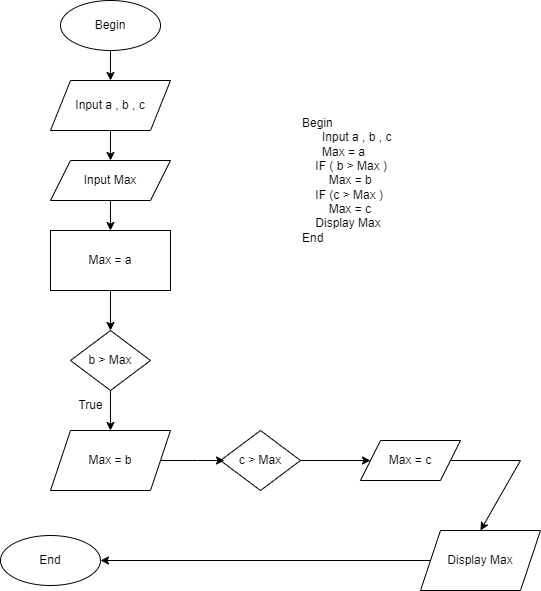
This is ss4_MoTaThuatToanBangPseudoCode&Flowchart/BaiTap/TimSoLonNhatTrongBaSo.png from NguyenDung2211-nd/CO924G1-NguyenDung, a draw.io export, as it was before one commit. Source tidied: cells renumbered, new cells last; positions are measured from the earlier drawing's top-left corner, leaving out a move shared by most shapes. The source it was exported from:
```xml
<mxGraphModel>
  <root>
    <mxCell id="0" />
    <mxCell id="1" parent="0" />
    <mxCell id="2" style="edgeStyle=orthogonalEdgeStyle;rounded=0;jettySize=auto;html=1;exitX=0.5;exitY=1;exitDx=0;exitDy=0;entryX=0.5;entryY=0;entryDx=0;entryDy=0;" parent="1" edge="1" source="3" target="5">
      <mxGeometry relative="1" as="geometry" />
    </mxCell>
    <mxCell id="3" value="Begin" style="ellipse;whiteSpace=wrap;html=1;" parent="1" vertex="1">
      <mxGeometry x="60" width="100" height="50" as="geometry" />
    </mxCell>
    <mxCell id="4" style="edgeStyle=orthogonalEdgeStyle;rounded=0;jettySize=auto;html=1;exitX=0.5;exitY=1;exitDx=0;exitDy=0;entryX=0.5;entryY=0;entryDx=0;entryDy=0;" parent="1" edge="1" source="5" target="20">
      <mxGeometry relative="1" as="geometry" />
    </mxCell>
    <mxCell id="5" value="Input a , b , c" style="shape=parallelogram;perimeter=parallelogramPerimeter;whiteSpace=wrap;html=1;fixedSize=1;" parent="1" vertex="1">
      <mxGeometry x="50" y="80" width="120" height="50" as="geometry" />
    </mxCell>
    <mxCell id="6" style="edgeStyle=orthogonalEdgeStyle;rounded=0;jettySize=auto;html=1;exitX=0.5;exitY=1;exitDx=0;exitDy=0;entryX=0.5;entryY=0;entryDx=0;entryDy=0;" parent="1" edge="1" source="7" target="9">
      <mxGeometry relative="1" as="geometry" />
    </mxCell>
    <mxCell id="7" value="Max = a" style="rounded=0;whiteSpace=wrap;html=1;" parent="1" vertex="1">
      <mxGeometry x="50" y="230" width="120" height="60" as="geometry" />
    </mxCell>
    <mxCell id="8" style="edgeStyle=orthogonalEdgeStyle;rounded=0;jettySize=auto;html=1;exitX=0.5;exitY=1;exitDx=0;exitDy=0;entryX=0.5;entryY=0;entryDx=0;entryDy=0;" parent="1" edge="1" source="9" target="13">
      <mxGeometry relative="1" as="geometry" />
    </mxCell>
    <mxCell id="9" value="b &amp;gt; Max" style="rhombus;whiteSpace=wrap;html=1;" parent="1" vertex="1">
      <mxGeometry x="70" y="330" width="80" height="60" as="geometry" />
    </mxCell>
    <mxCell id="10" style="edgeStyle=orthogonalEdgeStyle;rounded=0;jettySize=auto;html=1;" parent="1" edge="1" source="11" target="22">
      <mxGeometry relative="1" as="geometry" />
    </mxCell>
    <mxCell id="11" value="c &amp;gt; Max" style="rhombus;whiteSpace=wrap;html=1;" parent="1" vertex="1">
      <mxGeometry x="220" y="430" width="80" height="60" as="geometry" />
    </mxCell>
    <mxCell id="12" style="edgeStyle=orthogonalEdgeStyle;rounded=0;jettySize=auto;html=1;" parent="1" edge="1" source="13">
      <mxGeometry relative="1" as="geometry">
        <mxPoint x="224" y="460" as="targetPoint" />
      </mxGeometry>
    </mxCell>
    <mxCell id="13" value="Max = b" style="shape=parallelogram;perimeter=parallelogramPerimeter;whiteSpace=wrap;html=1;fixedSize=1;" parent="1" vertex="1">
      <mxGeometry x="50" y="430" width="120" height="60" as="geometry" />
    </mxCell>
    <mxCell id="14" style="edgeStyle=orthogonalEdgeStyle;rounded=0;jettySize=auto;html=1;exitX=0;exitY=0.5;exitDx=0;exitDy=0;entryX=1;entryY=0.5;entryDx=0;entryDy=0;" parent="1" edge="1" source="15" target="16">
      <mxGeometry relative="1" as="geometry" />
    </mxCell>
    <mxCell id="15" value="Display Max" style="shape=parallelogram;perimeter=parallelogramPerimeter;whiteSpace=wrap;html=1;fixedSize=1;" parent="1" vertex="1">
      <mxGeometry x="420" y="530" width="120" height="60" as="geometry" />
    </mxCell>
    <mxCell id="16" value="End" style="ellipse;whiteSpace=wrap;html=1;" parent="1" vertex="1">
      <mxGeometry y="535" width="100" height="50" as="geometry" />
    </mxCell>
    <mxCell id="17" style="endArrow=classic;html=1;rounded=0;entryX=0.5;entryY=0;entryDx=0;entryDy=0;exitX=1;exitY=0.5;exitDx=0;exitDy=0;" parent="1" edge="1" source="22" target="15">
      <mxGeometry relative="1" as="geometry">
        <Array as="points">
          <mxPoint x="520" y="460" />
        </Array>
      </mxGeometry>
    </mxCell>
    <mxCell id="18" value="True" style="text;html=1;align=center;verticalAlign=middle;strokeColor=none;fillColor=none;" parent="1" vertex="1">
      <mxGeometry x="65" y="390" width="50" height="30" as="geometry" />
    </mxCell>
    <mxCell id="19" style="edgeStyle=orthogonalEdgeStyle;rounded=0;jettySize=auto;html=1;exitX=0.5;exitY=1;exitDx=0;exitDy=0;entryX=0.5;entryY=0;entryDx=0;entryDy=0;" parent="1" edge="1" source="20" target="7">
      <mxGeometry relative="1" as="geometry" />
    </mxCell>
    <mxCell id="20" value="Input Max" style="shape=parallelogram;perimeter=parallelogramPerimeter;whiteSpace=wrap;html=1;fixedSize=1;" parent="1" vertex="1">
      <mxGeometry x="50" y="160" width="120" height="40" as="geometry" />
    </mxCell>
    <mxCell id="21" value="Begin&lt;div&gt;&amp;nbsp; &amp;nbsp; &amp;nbsp; Input a , b , c&lt;/div&gt;&lt;div&gt;&amp;nbsp; &amp;nbsp; &amp;nbsp; Max = a&lt;/div&gt;&lt;div&gt;&amp;nbsp; &amp;nbsp; IF ( b &amp;gt; Max )&lt;/div&gt;&lt;div&gt;&amp;nbsp; &amp;nbsp; &amp;nbsp; &amp;nbsp; Max = b&lt;/div&gt;&lt;div&gt;&amp;nbsp; &amp;nbsp; IF (c &amp;gt; Max )&lt;/div&gt;&lt;div&gt;&amp;nbsp; &amp;nbsp; &amp;nbsp; &amp;nbsp; Max = c&lt;/div&gt;&lt;div&gt;&amp;nbsp; &amp;nbsp; Display Max&lt;/div&gt;&lt;div&gt;End&lt;/div&gt;" style="text;html=1;align=left;verticalAlign=middle;strokeColor=none;fillColor=none;" parent="1" vertex="1">
      <mxGeometry x="300" y="110" width="110" height="140" as="geometry" />
    </mxCell>
    <mxCell id="22" value="Max = c" style="shape=parallelogram;perimeter=parallelogramPerimeter;whiteSpace=wrap;html=1;fixedSize=1;" parent="1" vertex="1">
      <mxGeometry x="360" y="440" width="100" height="40" as="geometry" />
    </mxCell>
  </root>
</mxGraphModel>
```
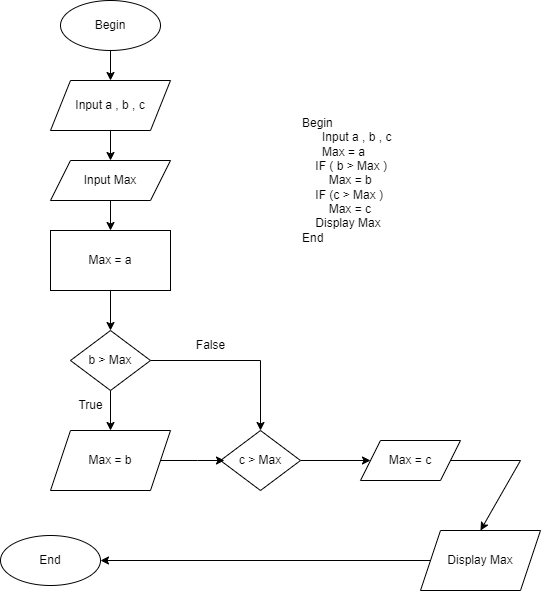
Later version of the same file.

Change to the diagram source:
```diff
@@ -23,6 +23,9 @@
     <mxCell id="8" style="edgeStyle=orthogonalEdgeStyle;rounded=0;jettySize=auto;html=1;exitX=0.5;exitY=1;exitDx=0;exitDy=0;entryX=0.5;entryY=0;entryDx=0;entryDy=0;" parent="1" edge="1" source="9" target="13">
       <mxGeometry relative="1" as="geometry" />
     </mxCell>
+    <mxCell id="23" style="edgeStyle=orthogonalEdgeStyle;rounded=0;jettySize=auto;html=1;exitX=1;exitY=0.5;exitDx=0;exitDy=0;" parent="1" edge="1" source="9" target="11">
+      <mxGeometry relative="1" as="geometry" />
+    </mxCell>
     <mxCell id="9" value="b &amp;gt; Max" style="rhombus;whiteSpace=wrap;html=1;" parent="1" vertex="1">
       <mxGeometry x="70" y="330" width="80" height="60" as="geometry" />
     </mxCell>
@@ -71,5 +74,8 @@
     <mxCell id="22" value="Max = c" style="shape=parallelogram;perimeter=parallelogramPerimeter;whiteSpace=wrap;html=1;fixedSize=1;" parent="1" vertex="1">
       <mxGeometry x="360" y="440" width="100" height="40" as="geometry" />
     </mxCell>
+    <mxCell id="24" value="False" style="text;html=1;align=center;verticalAlign=middle;strokeColor=none;fillColor=none;" parent="1" vertex="1">
+      <mxGeometry x="185" y="330" width="50" height="30" as="geometry" />
+    </mxCell>
   </root>
 </mxGraphModel>
```
